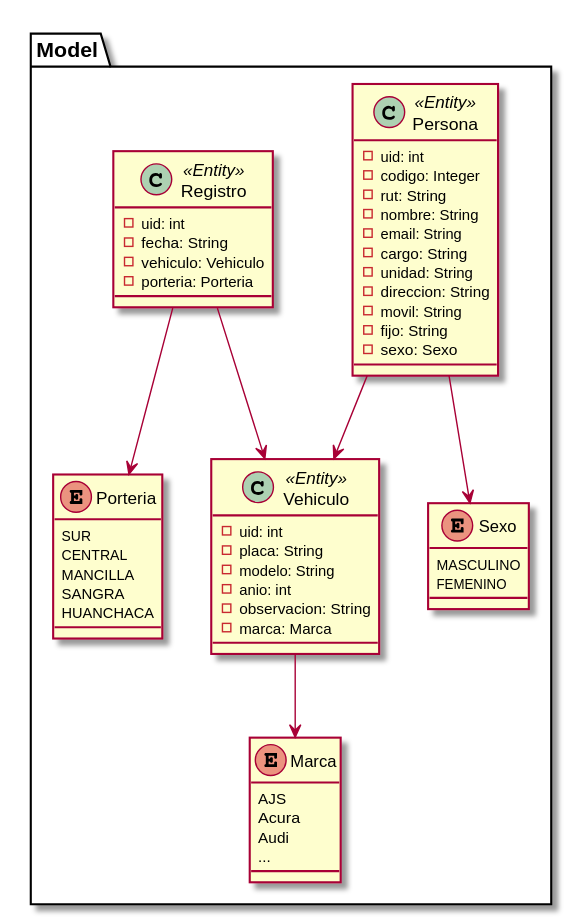
The PlantUML diagram domain.svg in godiecl/parking, before a commit.
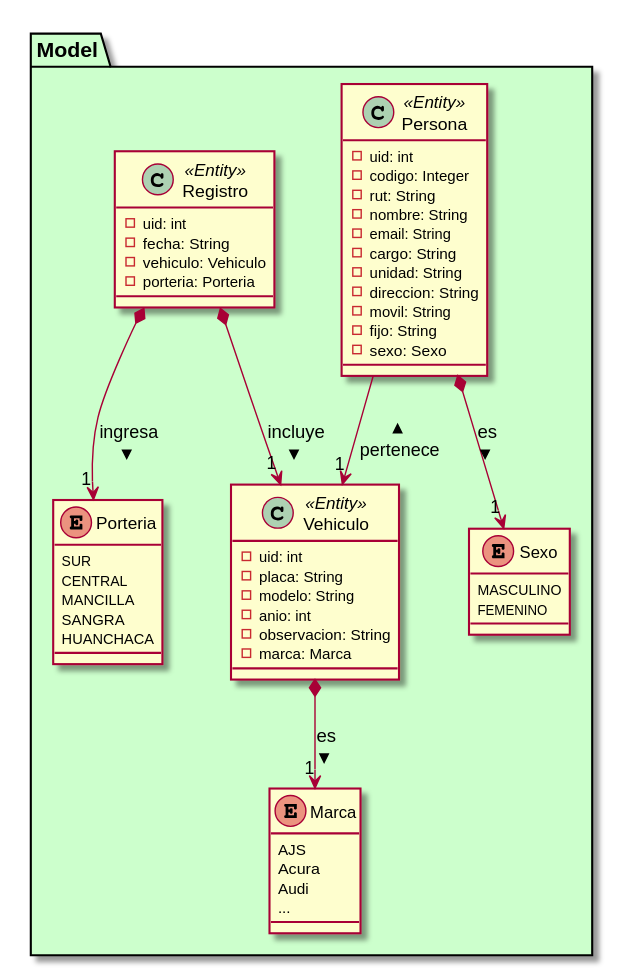
After the change.

Commit message:
docs(Domain): update the domain model.

The edit, as a diff of the source:
```diff
@@ -1,6 +1,6 @@
 @startuml
 
-package Model {
+package Model #ccffcc {
 
     class Persona <<Entity>> {
         - uid: int
@@ -20,7 +20,7 @@
         MASCULINO
         FEMENINO
     }
-    Persona --> Sexo
+    Persona *--> "1" Sexo: es >
 
     enum Marca {
         AJS
@@ -37,8 +37,8 @@
         - observacion: String
         - marca: Marca
     }
-    Vehiculo --> Marca
-    Persona --> Vehiculo
+    Vehiculo *--> "1" Marca: es >
+    Persona --> "1" Vehiculo: pertenece <
 
     enum Porteria {
         SUR
@@ -54,8 +54,8 @@
         - vehiculo: Vehiculo
         - porteria: Porteria
     }
-    Registro --> Porteria
-    Registro --> Vehiculo
+    Registro *--> "1" Porteria: ingresa >
+    Registro *--> "1" Vehiculo: incluye >
 
 }
 
```
